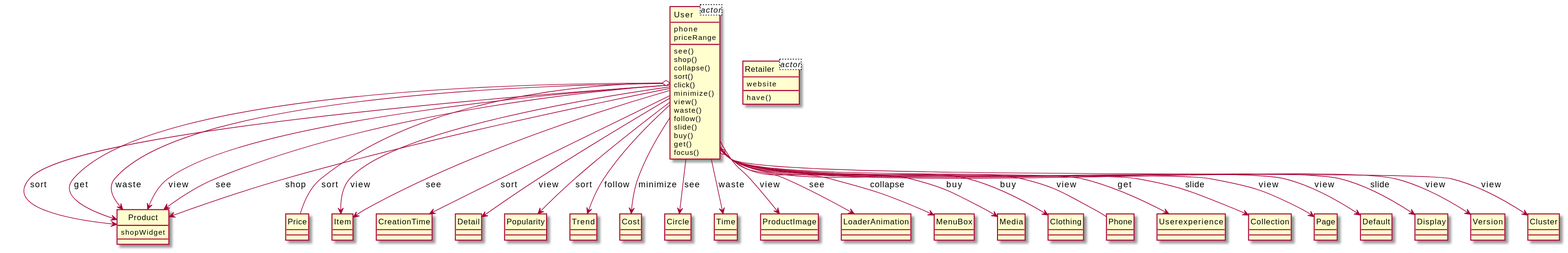
The PlantUML diagram output/diagram_5/2016-USC-Project01.svg in xixixhalu/DomainModelExtractor, before a commit. The source it was exported from:
```plantuml
@startuml
hide circle
class User<actor> {
	phone
	priceRange
}
class Retailer<actor> {
	website
}
class Product {
	shopWidget
}
class User {
	see()
	shop()
	collapse()
	sort()
	click()
	minimize()
	view()
	waste()
	follow()
	slide()
	buy()
	get()
	focus()
}
class Price {
}
class Item {
}
class CreationTime {
}
class Detail {
}
class Popularity {
}
class Trend {
}
class Cost {
}
class Circle {
}
class Time {
}
class ProductImage {
}
class LoaderAnimation {
}
class MenuBox {
}
class Media {
}
class Clothing {
}
class Retailer {
	have()
}
class Phone {
}
class Userexperience {
}
class Collection {
}
class Page {
}
class Default {
}
class Display {
}
class Version {
}
class Cluster {
}
User --> Item : view
User --> Product : sort
User --> Clothing : buy
User --> Product : get
User --> Cost : minimize
User --> Trend : follow
User o-- Phone : view
User --> Circle : see
User --> Userexperience : get
User --> Time : waste
User --> Product : waste
User --> Collection : slide
User --> CreationTime : sort
User --> ProductImage : view
User --> Page : view
User --> Product : view
User --> Detail : view
User --> Default : view
User --> LoaderAnimation : see
User --> Display : slide
User --> MenuBox : collapse
User --> Item : see
User --> Product : see
User --> Version : view
User --> Product : shop
User --> Media : buy
User o-- Price : sort
User --> Cluster : view
User --> Popularity : sort
@enduml
```
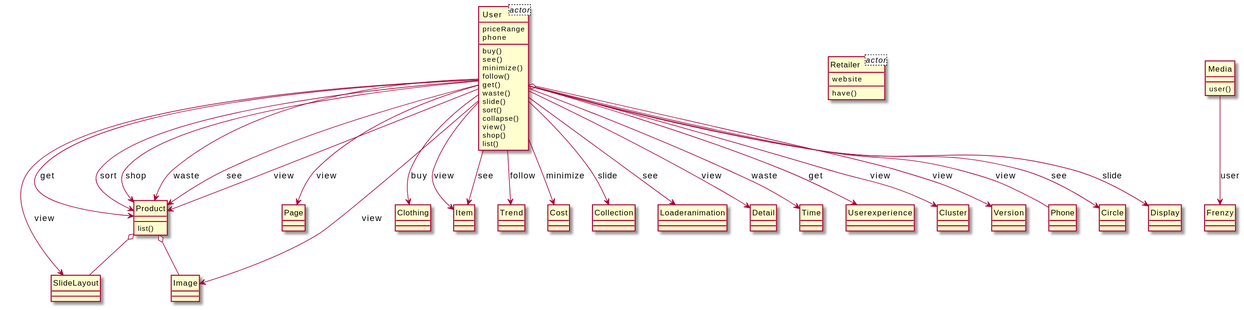
The same diagram one commit later.

What changed in the source:
```diff
@@ -1,104 +1,96 @@
 @startuml
 hide circle
 class User<actor> {
+	priceRange
 	phone
-	priceRange
 }
 class Retailer<actor> {
 	website
 }
-class Product {
-	shopWidget
+class SlideLayout {
+}
+class Image {
 }
 class User {
+	buy()
 	see()
+	minimize()
+	follow()
+	get()
+	waste()
+	slide()
+	sort()
+	collapse()
+	view()
 	shop()
-	collapse()
-	sort()
-	click()
-	minimize()
-	view()
-	waste()
-	follow()
-	slide()
-	buy()
-	get()
-	focus()
+	list()
 }
-class Price {
+class Page {
+}
+class Product {
+	list()
+}
+class Clothing {
+}
+class Media {
+	user()
+}
+class Frenzy {
 }
 class Item {
-}
-class CreationTime {
-}
-class Detail {
-}
-class Popularity {
 }
 class Trend {
 }
 class Cost {
 }
-class Circle {
+class Collection {
 }
-class Time {
-}
-class ProductImage {
-}
-class LoaderAnimation {
-}
-class MenuBox {
-}
-class Media {
-}
-class Clothing {
+class Loaderanimation {
 }
 class Retailer {
 	have()
 }
-class Phone {
+class Detail {
+}
+class Time {
 }
 class Userexperience {
 }
-class Collection {
+class Cluster {
 }
-class Page {
+class Version {
 }
-class Default {
+class Phone {
+}
+class Circle {
 }
 class Display {
 }
-class Version {
-}
-class Cluster {
-}
-User --> Item : view
-User --> Product : sort
+User --> Product : shop
+User --> Product : waste
 User --> Clothing : buy
-User --> Product : get
-User --> Cost : minimize
+User --> Product : see
+User --> Version : view
 User --> Trend : follow
 User o-- Phone : view
+User --> Cost : minimize
+User --> Product : view
 User --> Circle : see
+User --> Collection : slide
+User --> Display : slide
+User --> Product : get
+User --> Product : sort
+User --> Loaderanimation : see
+User --> SlideLayout : view
+User --> Item : view
+Product o-- SlideLayout
+User --> Item : see
+Product o-- Image
+User --> Detail : view
+User --> Cluster : view
+User --> Image : view
+User --> Time : waste
 User --> Userexperience : get
-User --> Time : waste
-User --> Product : waste
-User --> Collection : slide
-User --> CreationTime : sort
-User --> ProductImage : view
+Media --> Frenzy : user
 User --> Page : view
-User --> Product : view
-User --> Detail : view
-User --> Default : view
-User --> LoaderAnimation : see
-User --> Display : slide
-User --> MenuBox : collapse
-User --> Item : see
-User --> Product : see
-User --> Version : view
-User --> Product : shop
-User --> Media : buy
-User o-- Price : sort
-User --> Cluster : view
-User --> Popularity : sort
 @enduml
```
